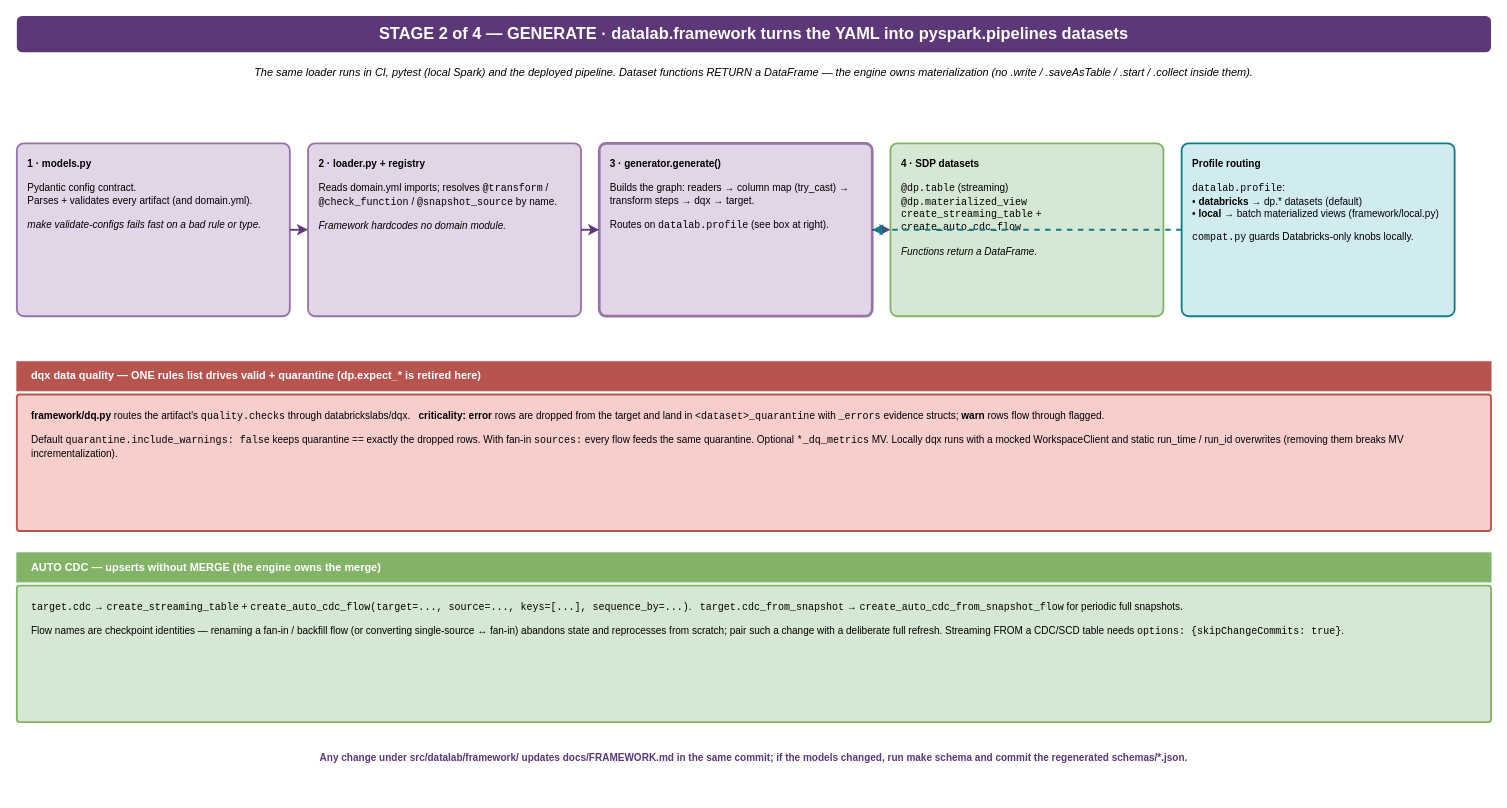
Earlier version of the draw.io diagram page "3 - GENERATE - YAML to SDP" (3 of 5) of design/01_design_config_driven_medallion.drawio (Vegash09/Demo_Lab). Source tidied: cells renumbered, new cells numbered last; positions are measured from the earlier drawing's top-left corner, leaving out a move shared by most shapes. Both pictures are drawn from the tidied source at 91%, with x=0, y=0 at pixel (16, 15).
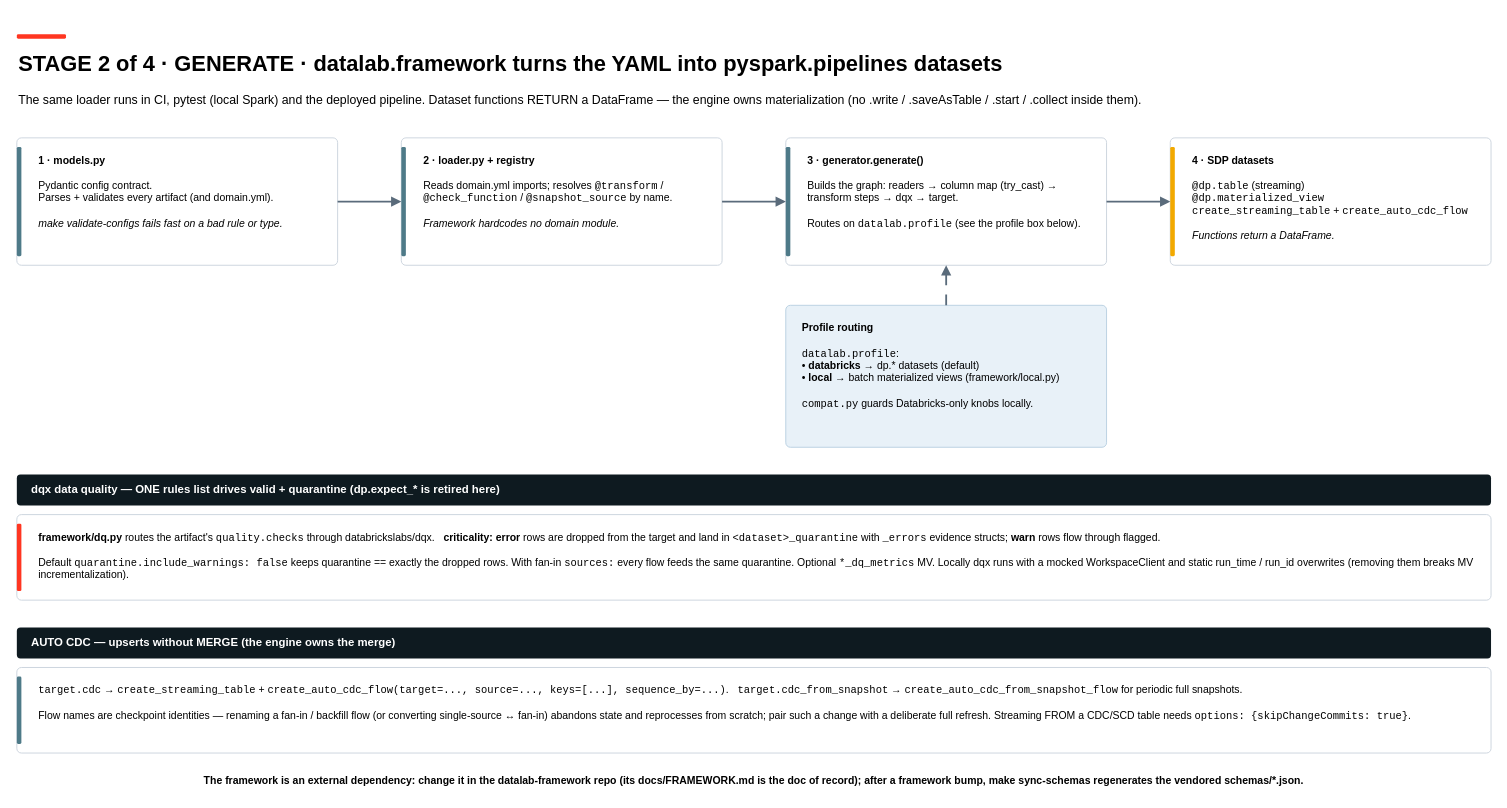
Above is the later version.

The edit, as a diff of the source:
```diff
@@
-    <mxCell id="2" value="STAGE 2 of 4  —  GENERATE  ·  datalab.framework turns the YAML into pyspark.pipelines datasets" style="text;html=1;strokeColor=none;fillColor=#5D3879;fontColor=#FFFFFF;align=center;verticalAlign=middle;whiteSpace=wrap;rounded=1;fontSize=18;fontStyle=1;" parent="1" vertex="1">
-      <mxGeometry width="1620" height="40" as="geometry" />
-    </mxCell>
+    <mxCell id="18" style="rounded=1;absoluteArcSize=1;arcSize=3;whiteSpace=wrap;html=1;fillColor=#FF3621;strokeColor=none;strokeWidth=1;fontColor=#000000;fontSize=13;align=center;verticalAlign=middle;spacingLeft=8;spacingRight=8;spacingTop=6;spacingBottom=6;fontFamily=Helvetica;" parent="1" vertex="1">
+      <mxGeometry y="20" width="54" height="5" as="geometry" />
+    </mxCell>
+    <mxCell id="19" value="&lt;b&gt;STAGE 2 of 4 · GENERATE · datalab.framework turns the YAML into pyspark.pipelines datasets&lt;/b&gt;" style="text;html=1;strokeColor=none;fillColor=none;align=left;verticalAlign=middle;whiteSpace=wrap;fontSize=24;fontColor=#000000;fontFamily=Helvetica;" parent="1" vertex="1">
+      <mxGeometry y="34" width="1620" height="38" as="geometry" />
+    </mxCell>
-    <mxCell id="3" value="The same loader runs in CI, pytest (local Spark) and the deployed pipeline. Dataset functions RETURN a DataFrame — the engine owns materialization (no .write / .saveAsTable / .start / .collect inside them)." style="text;html=1;align=center;verticalAlign=middle;whiteSpace=wrap;fontSize=12;fontStyle=2;" parent="1" vertex="1">
-      <mxGeometry y="45" width="1620" height="34" as="geometry" />
+    <mxCell id="3" value="The same loader runs in CI, pytest (local Spark) and the deployed pipeline. Dataset functions RETURN a DataFrame — the engine owns materialization (no .write / .saveAsTable / .start / .collect inside them)." style="text;html=1;strokeColor=none;fillColor=none;align=left;verticalAlign=middle;whiteSpace=wrap;fontSize=13.5;fontColor=#000000;fontFamily=Helvetica;" parent="1" vertex="1">
+      <mxGeometry y="78" width="1620" height="30" as="geometry" />
     </mxCell>
-    <mxCell id="4" value="&lt;b&gt;1 · models.py&lt;/b&gt;&lt;br&gt;&lt;br&gt;Pydantic config contract.&lt;br&gt;Parses + validates every artifact (and domain.yml).&lt;br&gt;&lt;br&gt;&lt;i&gt;make validate-configs fails fast on a bad rule or type.&lt;/i&gt;" style="rounded=1;whiteSpace=wrap;html=1;fillColor=#E1D5E7;strokeColor=#9673A6;strokeWidth=2;align=left;verticalAlign=top;spacingLeft=10;spacingTop=10;spacingRight=8;fontSize=11;arcSize=4;" parent="1" vertex="1">
-      <mxGeometry y="140" width="300" height="190" as="geometry" />
+    <mxCell id="4" value="&lt;b&gt;1 · models.py&lt;/b&gt;&lt;br&gt;&lt;br&gt;Pydantic config contract.&lt;br&gt;Parses + validates every artifact (and domain.yml).&lt;br&gt;&lt;br&gt;&lt;i&gt;make validate-configs fails fast on a bad rule or type.&lt;/i&gt;" style="rounded=1;absoluteArcSize=1;arcSize=10;whiteSpace=wrap;html=1;fillColor=#FFFFFF;strokeColor=#C9D2DC;strokeWidth=1;fontColor=#000000;fontSize=11.5;align=left;verticalAlign=top;spacingLeft=22;spacingRight=14;spacingTop=12;spacingBottom=10;fontFamily=Helvetica;" parent="1" vertex="1">
+      <mxGeometry y="134" width="352.5" height="140" as="geometry" />
     </mxCell>
+    <mxCell id="20" style="rounded=1;absoluteArcSize=1;arcSize=3;whiteSpace=wrap;html=1;fillColor=#4E7A88;strokeColor=none;strokeWidth=1;fontColor=#000000;fontSize=13;align=center;verticalAlign=middle;spacingLeft=8;spacingRight=8;spacingTop=6;spacingBottom=6;fontFamily=Helvetica;" parent="1" vertex="1">
+      <mxGeometry y="144" width="5" height="120" as="geometry" />
+    </mxCell>
-    <mxCell id="5" value="&lt;b&gt;2 · loader.py + registry&lt;/b&gt;&lt;br&gt;&lt;br&gt;Reads domain.yml imports; resolves &lt;tt&gt;@transform&lt;/tt&gt; / &lt;tt&gt;@check_function&lt;/tt&gt; / &lt;tt&gt;@snapshot_source&lt;/tt&gt; by name.&lt;br&gt;&lt;br&gt;&lt;i&gt;Framework hardcodes no domain module.&lt;/i&gt;" style="rounded=1;whiteSpace=wrap;html=1;fillColor=#E1D5E7;strokeColor=#9673A6;strokeWidth=2;align=left;verticalAlign=top;spacingLeft=10;spacingTop=10;spacingRight=8;fontSize=11;arcSize=4;" parent="1" vertex="1">
-      <mxGeometry x="320" y="140" width="300" height="190" as="geometry" />
+    <mxCell id="5" value="&lt;b&gt;2 · loader.py + registry&lt;/b&gt;&lt;br&gt;&lt;br&gt;Reads domain.yml imports; resolves &lt;tt&gt;@transform&lt;/tt&gt; / &lt;tt&gt;@check_function&lt;/tt&gt; / &lt;tt&gt;@snapshot_source&lt;/tt&gt; by name.&lt;br&gt;&lt;br&gt;&lt;i&gt;Framework hardcodes no domain module.&lt;/i&gt;" style="rounded=1;absoluteArcSize=1;arcSize=10;whiteSpace=wrap;html=1;fillColor=#FFFFFF;strokeColor=#C9D2DC;strokeWidth=1;fontColor=#000000;fontSize=11.5;align=left;verticalAlign=top;spacingLeft=22;spacingRight=14;spacingTop=12;spacingBottom=10;fontFamily=Helvetica;" parent="1" vertex="1">
+      <mxGeometry x="422.5" y="134" width="352.5" height="140" as="geometry" />
     </mxCell>
-    <mxCell id="6" value="&lt;b&gt;3 · generator.generate()&lt;/b&gt;&lt;br&gt;&lt;br&gt;Builds the graph: readers → column map (try_cast) → transform steps → dqx → target.&lt;br&gt;&lt;br&gt;Routes on &lt;tt&gt;datalab.profile&lt;/tt&gt; (see box at right)." style="rounded=1;whiteSpace=wrap;html=1;fillColor=#E1D5E7;strokeColor=#9673A6;strokeWidth=3;align=left;verticalAlign=top;spacingLeft=10;spacingTop=10;spacingRight=8;fontSize=11;arcSize=4;" parent="1" vertex="1">
-      <mxGeometry x="640" y="140" width="300" height="190" as="geometry" />
-    </mxCell>
+    <mxCell id="21" style="rounded=1;absoluteArcSize=1;arcSize=3;whiteSpace=wrap;html=1;fillColor=#4E7A88;strokeColor=none;strokeWidth=1;fontColor=#000000;fontSize=13;align=center;verticalAlign=middle;spacingLeft=8;spacingRight=8;spacingTop=6;spacingBottom=6;fontFamily=Helvetica;" parent="1" vertex="1">
+      <mxGeometry x="422.5" y="144" width="5" height="120" as="geometry" />
+    </mxCell>
+    <mxCell id="22" value="&lt;b&gt;3 · generator.generate()&lt;/b&gt;&lt;br&gt;&lt;br&gt;Builds the graph: readers → column map (try_cast) → transform steps → dqx → target.&lt;br&gt;&lt;br&gt;Routes on &lt;tt&gt;datalab.profile&lt;/tt&gt; (see the profile box below)." style="rounded=1;absoluteArcSize=1;arcSize=10;whiteSpace=wrap;html=1;fillColor=#FFFFFF;strokeColor=#C9D2DC;strokeWidth=1;fontColor=#000000;fontSize=11.5;align=left;verticalAlign=top;spacingLeft=22;spacingRight=14;spacingTop=12;spacingBottom=10;fontFamily=Helvetica;" parent="1" vertex="1">
+      <mxGeometry x="845" y="134" width="352.5" height="140" as="geometry" />
+    </mxCell>
+    <mxCell id="23" style="rounded=1;absoluteArcSize=1;arcSize=3;whiteSpace=wrap;html=1;fillColor=#4E7A88;strokeColor=none;strokeWidth=1;fontColor=#000000;fontSize=13;align=center;verticalAlign=middle;spacingLeft=8;spacingRight=8;spacingTop=6;spacingBottom=6;fontFamily=Helvetica;" parent="1" vertex="1">
+      <mxGeometry x="845" y="144" width="5" height="120" as="geometry" />
+    </mxCell>
-    <mxCell id="7" value="&lt;b&gt;4 · SDP datasets&lt;/b&gt;&lt;br&gt;&lt;br&gt;&lt;tt&gt;@dp.table&lt;/tt&gt; (streaming)&lt;br&gt;&lt;tt&gt;@dp.materialized_view&lt;/tt&gt;&lt;br&gt;&lt;tt&gt;create_streaming_table&lt;/tt&gt; + &lt;tt&gt;create_auto_cdc_flow&lt;/tt&gt;&lt;br&gt;&lt;br&gt;&lt;i&gt;Functions return a DataFrame.&lt;/i&gt;" style="rounded=1;whiteSpace=wrap;html=1;fillColor=#D5E8D4;strokeColor=#82B366;strokeWidth=2;align=left;verticalAlign=top;spacingLeft=10;spacingTop=10;spacingRight=8;fontSize=11;arcSize=4;" parent="1" vertex="1">
-      <mxGeometry x="960" y="140" width="300" height="190" as="geometry" />
+    <mxCell id="7" value="&lt;b&gt;4 · SDP datasets&lt;/b&gt;&lt;br&gt;&lt;br&gt;&lt;tt&gt;@dp.table&lt;/tt&gt; (streaming)&lt;br&gt;&lt;tt&gt;@dp.materialized_view&lt;/tt&gt;&lt;br&gt;&lt;tt&gt;create_streaming_table&lt;/tt&gt; + &lt;tt&gt;create_auto_cdc_flow&lt;/tt&gt;&lt;br&gt;&lt;br&gt;&lt;i&gt;Functions return a DataFrame.&lt;/i&gt;" style="rounded=1;absoluteArcSize=1;arcSize=10;whiteSpace=wrap;html=1;fillColor=#FFFFFF;strokeColor=#C9D2DC;strokeWidth=1;fontColor=#000000;fontSize=11.5;align=left;verticalAlign=top;spacingLeft=22;spacingRight=14;spacingTop=12;spacingBottom=10;fontFamily=Helvetica;" parent="1" vertex="1">
+      <mxGeometry x="1267.5" y="134" width="352.5" height="140" as="geometry" />
     </mxCell>
+    <mxCell id="24" style="rounded=1;absoluteArcSize=1;arcSize=3;whiteSpace=wrap;html=1;fillColor=#F2A900;strokeColor=none;strokeWidth=1;fontColor=#000000;fontSize=13;align=center;verticalAlign=middle;spacingLeft=8;spacingRight=8;spacingTop=6;spacingBottom=6;fontFamily=Helvetica;" parent="1" vertex="1">
+      <mxGeometry x="1267.5" y="144" width="5" height="120" as="geometry" />
+    </mxCell>
+    <mxCell id="13" style="edgeStyle=orthogonalEdgeStyle;rounded=1;jettySize=auto;html=1;endArrow=block;endFill=1;strokeColor=#5A6B7B;strokeWidth=2;exitX=1.0;exitY=0.5;exitDx=0;exitDy=0;entryX=0.0;entryY=0.5;entryDx=0;entryDy=0;fontFamily=Helvetica;fontSize=11;fontColor=#000000;" parent="1" edge="1" source="4" target="5">
+      <mxGeometry relative="1" as="geometry" />
+    </mxCell>
+    <mxCell id="25" style="edgeStyle=orthogonalEdgeStyle;rounded=1;jettySize=auto;html=1;endArrow=block;endFill=1;strokeColor=#5A6B7B;strokeWidth=2;exitX=1.0;exitY=0.5;exitDx=0;exitDy=0;entryX=0.0;entryY=0.5;entryDx=0;entryDy=0;fontFamily=Helvetica;fontSize=11;fontColor=#000000;" parent="1" edge="1" source="5" target="22">
+      <mxGeometry relative="1" as="geometry" />
+    </mxCell>
+    <mxCell id="26" style="edgeStyle=orthogonalEdgeStyle;rounded=1;jettySize=auto;html=1;endArrow=block;endFill=1;strokeColor=#5A6B7B;strokeWidth=2;exitX=1.0;exitY=0.5;exitDx=0;exitDy=0;entryX=0.0;entryY=0.5;entryDx=0;entryDy=0;fontFamily=Helvetica;fontSize=11;fontColor=#000000;" parent="1" edge="1" source="22" target="7">
+      <mxGeometry relative="1" as="geometry" />
+    </mxCell>
-    <mxCell id="8" value="&lt;b&gt;Profile routing&lt;/b&gt;&lt;br&gt;&lt;br&gt;&lt;tt&gt;datalab.profile&lt;/tt&gt;:&lt;br&gt;• &lt;b&gt;databricks&lt;/b&gt; → dp.* datasets (default)&lt;br&gt;• &lt;b&gt;local&lt;/b&gt; → batch materialized views (framework/local.py)&lt;br&gt;&lt;br&gt;&lt;tt&gt;compat.py&lt;/tt&gt; guards Databricks-only knobs locally." style="rounded=1;whiteSpace=wrap;html=1;fillColor=#D1ECF1;strokeColor=#117A8B;strokeWidth=2;align=left;verticalAlign=top;spacingLeft=10;spacingTop=10;spacingRight=8;fontSize=11;arcSize=4;" parent="1" vertex="1">
-      <mxGeometry x="1280" y="140" width="300" height="190" as="geometry" />
+    <mxCell id="8" value="&lt;b&gt;Profile routing&lt;/b&gt;&lt;br&gt;&lt;br&gt;&lt;tt&gt;datalab.profile&lt;/tt&gt;:&lt;br&gt;• &lt;b&gt;databricks&lt;/b&gt; → dp.* datasets (default)&lt;br&gt;• &lt;b&gt;local&lt;/b&gt; → batch materialized views (framework/local.py)&lt;br&gt;&lt;br&gt;&lt;tt&gt;compat.py&lt;/tt&gt; guards Databricks-only knobs locally." style="rounded=1;absoluteArcSize=1;arcSize=10;whiteSpace=wrap;html=1;fillColor=#E8F1F8;strokeColor=#B7CFE0;strokeWidth=1;fontColor=#000000;fontSize=11.5;align=left;verticalAlign=top;spacingLeft=16;spacingRight=14;spacingTop=12;spacingBottom=10;fontFamily=Helvetica;" parent="1" vertex="1">
+      <mxGeometry x="845" y="318" width="352.5" height="156" as="geometry" />
     </mxCell>
+    <mxCell id="27" style="edgeStyle=orthogonalEdgeStyle;rounded=1;jettySize=auto;html=1;endArrow=block;endFill=1;strokeColor=#5A6B7B;strokeWidth=2;exitX=0.5;exitY=0;exitDx=0;exitDy=0;entryX=0.5;entryY=1;entryDx=0;entryDy=0;fontFamily=Helvetica;fontSize=11;fontColor=#000000;dashed=1;dashPattern=6 5;" parent="1" edge="1" source="8" target="22">
+      <mxGeometry relative="1" as="geometry" />
+    </mxCell>
-    <mxCell id="9" value="dqx data quality  —  ONE rules list drives valid + quarantine (dp.expect_* is retired here)" style="rounded=0;whiteSpace=wrap;html=1;fillColor=#B85450;strokeColor=#B85450;fontColor=#FFFFFF;align=left;verticalAlign=middle;spacingLeft=14;fontSize=12;fontStyle=1;" parent="1" vertex="1">
-      <mxGeometry y="380" width="1620" height="32" as="geometry" />
+    <mxCell id="9" value="&lt;b&gt;dqx data quality  —  ONE rules list drives valid + quarantine (dp.expect_* is retired here)&lt;/b&gt;" style="rounded=1;absoluteArcSize=1;arcSize=8;whiteSpace=wrap;html=1;fillColor=#0E1A20;strokeColor=none;strokeWidth=1;fontColor=#FFFFFF;fontSize=12.5;align=left;verticalAlign=middle;spacingLeft=14;spacingRight=8;spacingTop=6;spacingBottom=6;fontFamily=Helvetica;" parent="1" vertex="1">
+      <mxGeometry y="504" width="1620" height="34" as="geometry" />
     </mxCell>
-    <mxCell id="10" value="&lt;b&gt;framework/dq.py&lt;/b&gt; routes the artifact's &lt;tt&gt;quality.checks&lt;/tt&gt; through databrickslabs/dqx.&amp;nbsp;&amp;nbsp; &lt;b&gt;criticality: error&lt;/b&gt; rows are dropped from the target and land in &lt;tt&gt;&amp;lt;dataset&amp;gt;_quarantine&lt;/tt&gt; with &lt;tt&gt;_errors&lt;/tt&gt; evidence structs; &lt;b&gt;warn&lt;/b&gt; rows flow through flagged.&lt;br&gt;&lt;br&gt;Default &lt;tt&gt;quarantine.include_warnings: false&lt;/tt&gt; keeps quarantine == exactly the dropped rows. With fan-in &lt;tt&gt;sources:&lt;/tt&gt; every flow feeds the same quarantine. Optional &lt;tt&gt;*_dq_metrics&lt;/tt&gt; MV. Locally dqx runs with a mocked WorkspaceClient and static run_time / run_id overwrites (removing them breaks MV incrementalization)." style="rounded=1;whiteSpace=wrap;html=1;fillColor=#F8CECC;strokeColor=#B85450;strokeWidth=2;align=left;verticalAlign=top;spacingLeft=14;spacingTop=10;spacingRight=14;fontSize=11;arcSize=2;" parent="1" vertex="1">
-      <mxGeometry y="416" width="1620" height="150" as="geometry" />
+    <mxCell id="10" value="&lt;b&gt;framework/dq.py&lt;/b&gt; routes the artifact's &lt;tt&gt;quality.checks&lt;/tt&gt; through databrickslabs/dqx.&amp;nbsp;&amp;nbsp; &lt;b&gt;criticality: error&lt;/b&gt; rows are dropped from the target and land in &lt;tt&gt;&amp;lt;dataset&amp;gt;_quarantine&lt;/tt&gt; with &lt;tt&gt;_errors&lt;/tt&gt; evidence structs; &lt;b&gt;warn&lt;/b&gt; rows flow through flagged.&lt;br&gt;&lt;br&gt;Default &lt;tt&gt;quarantine.include_warnings: false&lt;/tt&gt; keeps quarantine == exactly the dropped rows. With fan-in &lt;tt&gt;sources:&lt;/tt&gt; every flow feeds the same quarantine. Optional &lt;tt&gt;*_dq_metrics&lt;/tt&gt; MV. Locally dqx runs with a mocked WorkspaceClient and static run_time / run_id overwrites (removing them breaks MV incrementalization)." style="rounded=1;absoluteArcSize=1;arcSize=10;whiteSpace=wrap;html=1;fillColor=#FFFFFF;strokeColor=#C9D2DC;strokeWidth=1;fontColor=#000000;fontSize=11.5;align=left;verticalAlign=top;spacingLeft=22;spacingRight=14;spacingTop=12;spacingBottom=10;fontFamily=Helvetica;" parent="1" vertex="1">
+      <mxGeometry y="548" width="1620" height="94" as="geometry" />
     </mxCell>
+    <mxCell id="28" style="rounded=1;absoluteArcSize=1;arcSize=3;whiteSpace=wrap;html=1;fillColor=#FF3621;strokeColor=none;strokeWidth=1;fontColor=#000000;fontSize=13;align=center;verticalAlign=middle;spacingLeft=8;spacingRight=8;spacingTop=6;spacingBottom=6;fontFamily=Helvetica;" parent="1" vertex="1">
+      <mxGeometry y="558" width="5" height="74" as="geometry" />
+    </mxCell>
-    <mxCell id="11" value="AUTO CDC  —  upserts without MERGE (the engine owns the merge)" style="rounded=0;whiteSpace=wrap;html=1;fillColor=#82B366;strokeColor=#82B366;fontColor=#FFFFFF;align=left;verticalAlign=middle;spacingLeft=14;fontSize=12;fontStyle=1;" parent="1" vertex="1">
-      <mxGeometry y="590" width="1620" height="32" as="geometry" />
+    <mxCell id="11" value="&lt;b&gt;AUTO CDC  —  upserts without MERGE (the engine owns the merge)&lt;/b&gt;" style="rounded=1;absoluteArcSize=1;arcSize=8;whiteSpace=wrap;html=1;fillColor=#0E1A20;strokeColor=none;strokeWidth=1;fontColor=#FFFFFF;fontSize=12.5;align=left;verticalAlign=middle;spacingLeft=14;spacingRight=8;spacingTop=6;spacingBottom=6;fontFamily=Helvetica;" parent="1" vertex="1">
+      <mxGeometry y="672" width="1620" height="34" as="geometry" />
     </mxCell>
-    <mxCell id="12" value="&lt;tt&gt;target.cdc&lt;/tt&gt; → &lt;tt&gt;create_streaming_table&lt;/tt&gt; + &lt;tt&gt;create_auto_cdc_flow(target=..., source=..., keys=[...], sequence_by=...)&lt;/tt&gt;.&amp;nbsp;&amp;nbsp; &lt;tt&gt;target.cdc_from_snapshot&lt;/tt&gt; → &lt;tt&gt;create_auto_cdc_from_snapshot_flow&lt;/tt&gt; for periodic full snapshots.&lt;br&gt;&lt;br&gt;Flow names are checkpoint identities — renaming a fan-in / backfill flow (or converting single-source ↔ fan-in) abandons state and reprocesses from scratch; pair such a change with a deliberate full refresh. Streaming FROM a CDC/SCD table needs &lt;tt&gt;options: {skipChangeCommits: true}&lt;/tt&gt;." style="rounded=1;whiteSpace=wrap;html=1;fillColor=#D5E8D4;strokeColor=#82B366;strokeWidth=2;align=left;verticalAlign=top;spacingLeft=14;spacingTop=10;spacingRight=14;fontSize=11;arcSize=2;" parent="1" vertex="1">
-      <mxGeometry y="626" width="1620" height="150" as="geometry" />
+    <mxCell id="12" value="&lt;tt&gt;target.cdc&lt;/tt&gt; → &lt;tt&gt;create_streaming_table&lt;/tt&gt; + &lt;tt&gt;create_auto_cdc_flow(target=..., source=..., keys=[...], sequence_by=...)&lt;/tt&gt;.&amp;nbsp;&amp;nbsp; &lt;tt&gt;target.cdc_from_snapshot&lt;/tt&gt; → &lt;tt&gt;create_auto_cdc_from_snapshot_flow&lt;/tt&gt; for periodic full snapshots.&lt;br&gt;&lt;br&gt;Flow names are checkpoint identities — renaming a fan-in / backfill flow (or converting single-source ↔ fan-in) abandons state and reprocesses from scratch; pair such a change with a deliberate full refresh. Streaming FROM a CDC/SCD table needs &lt;tt&gt;options: {skipChangeCommits: true}&lt;/tt&gt;." style="rounded=1;absoluteArcSize=1;arcSize=10;whiteSpace=wrap;html=1;fillColor=#FFFFFF;strokeColor=#C9D2DC;strokeWidth=1;fontColor=#000000;fontSize=11.5;align=left;verticalAlign=top;spacingLeft=22;spacingRight=14;spacingTop=12;spacingBottom=10;fontFamily=Helvetica;" parent="1" vertex="1">
+      <mxGeometry y="716" width="1620" height="94" as="geometry" />
     </mxCell>
-    <mxCell id="13" style="endArrow=classic;html=1;strokeColor=#5D3879;strokeWidth=2;" parent="1" edge="1" source="4" target="5">
-      <mxGeometry relative="1" as="geometry" />
-    </mxCell>
-    <mxCell id="14" style="endArrow=classic;html=1;strokeColor=#5D3879;strokeWidth=2;" parent="1" edge="1" source="5" target="6">
-      <mxGeometry relative="1" as="geometry" />
-    </mxCell>
-    <mxCell id="15" style="endArrow=classic;html=1;strokeColor=#5D3879;strokeWidth=2;" parent="1" edge="1" source="6" target="7">
-      <mxGeometry relative="1" as="geometry" />
-    </mxCell>
-    <mxCell id="16" style="endArrow=classic;html=1;dashed=1;strokeColor=#117A8B;strokeWidth=2;" parent="1" edge="1" source="8" target="6">
-      <mxGeometry relative="1" as="geometry" />
-    </mxCell>
-    <mxCell id="17" value="Any change under src/datalab/framework/ updates docs/FRAMEWORK.md in the same commit; if the models changed, run make schema and commit the regenerated schemas/*.json." style="text;html=1;align=center;verticalAlign=middle;whiteSpace=wrap;fontSize=11;fontStyle=1;fontColor=#5D3879;" parent="1" vertex="1">
-      <mxGeometry y="800" width="1620" height="30" as="geometry" />
-    </mxCell>
+    <mxCell id="29" style="rounded=1;absoluteArcSize=1;arcSize=3;whiteSpace=wrap;html=1;fillColor=#4E7A88;strokeColor=none;strokeWidth=1;fontColor=#000000;fontSize=13;align=center;verticalAlign=middle;spacingLeft=8;spacingRight=8;spacingTop=6;spacingBottom=6;fontFamily=Helvetica;" parent="1" vertex="1">
+      <mxGeometry y="726" width="5" height="74" as="geometry" />
+    </mxCell>
+    <mxCell id="30" value="&lt;b&gt;The framework is an external dependency: change it in the datalab-framework repo (its docs/FRAMEWORK.md is the doc of record); after a framework bump, make sync-schemas regenerates the vendored schemas/*.json.&lt;/b&gt;" style="text;html=1;strokeColor=none;fillColor=none;align=center;verticalAlign=middle;whiteSpace=wrap;fontSize=11.5;fontColor=#000000;fontFamily=Helvetica;" parent="1" vertex="1">
+      <mxGeometry y="828" width="1620" height="26" as="geometry" />
+    </mxCell>
```
